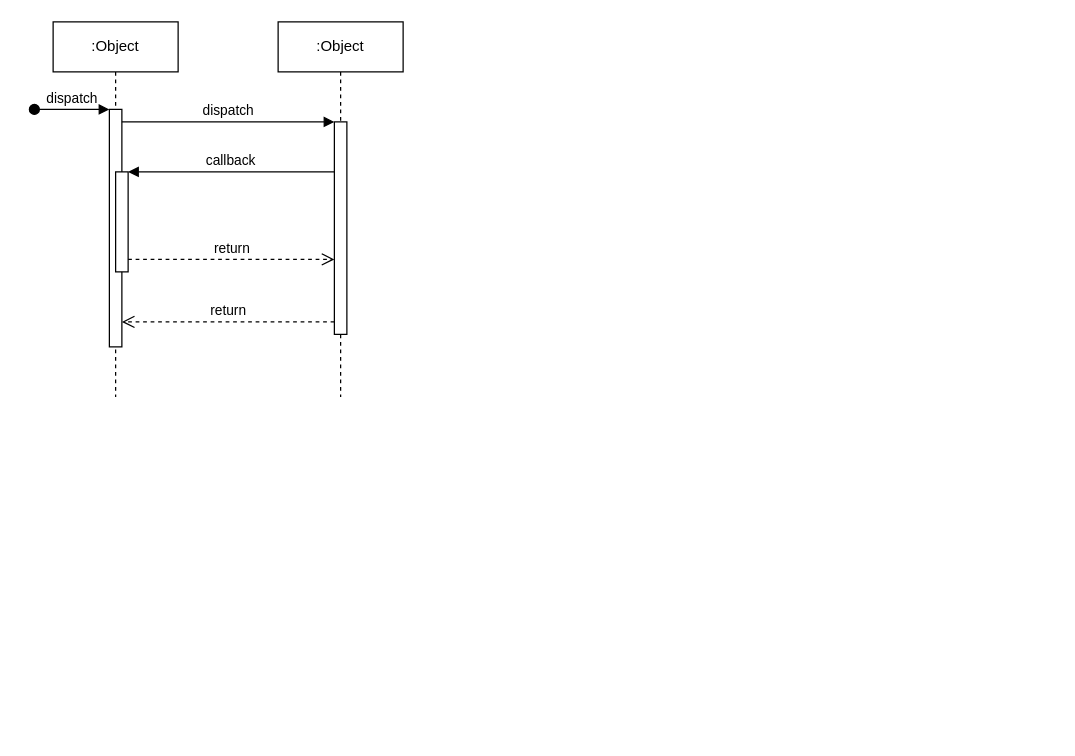
The draw.io diagram Untitled Diagram.drawio in Tsavizard/job-search, before the edit. Source tidied: cells renumbered, new cells numbered last; positions are measured from the earlier drawing's top-left corner, leaving out a move shared by most shapes. Both pictures are drawn from the tidied source at 125%, with x=0, y=0 at pixel (34, 21).
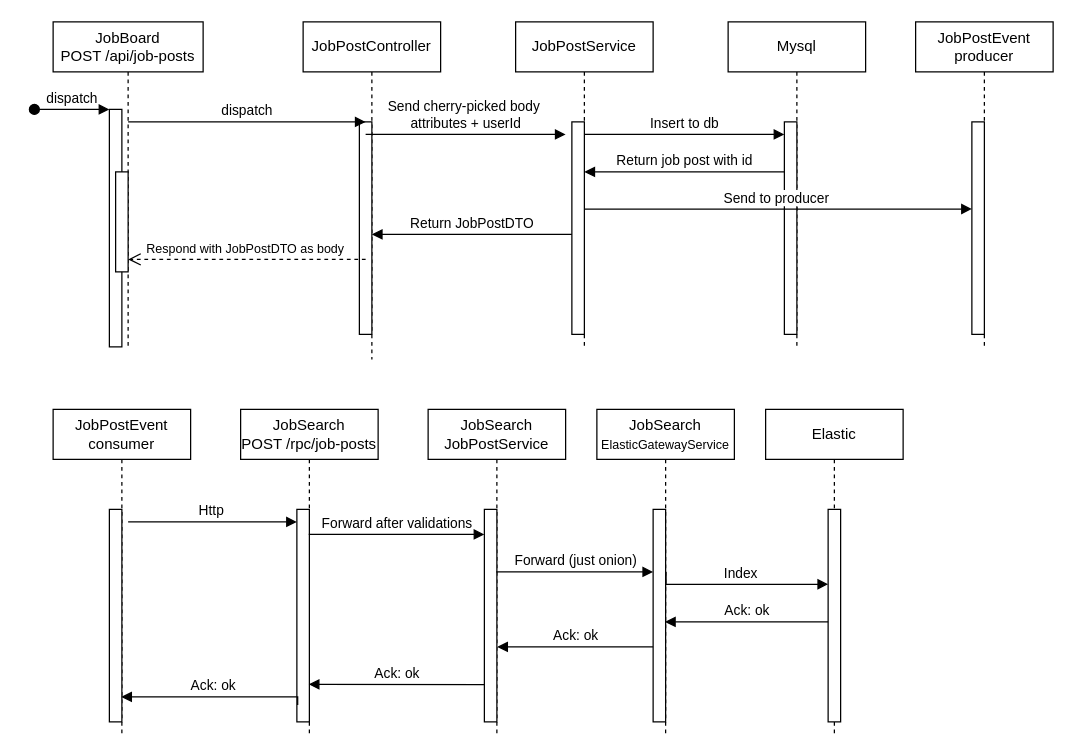
Above is the later version.

Commit message:
Job post creation drawio

Unchanged cells that the change refers to:
```xml
<mxCell id="3" style="html=1;points=[];perimeter=orthogonalPerimeter;outlineConnect=0;targetShapes=umlLifeline;portConstraint=eastwest;newEdgeStyle={&quot;edgeStyle&quot;:&quot;elbowEdgeStyle&quot;,&quot;elbow&quot;:&quot;vertical&quot;,&quot;curved&quot;:0,&quot;rounded&quot;:0};" parent="2" vertex="1">
  <mxGeometry x="45" y="70" width="10" height="190" as="geometry" />
</mxCell>
<mxCell id="5" style="html=1;points=[];perimeter=orthogonalPerimeter;outlineConnect=0;targetShapes=umlLifeline;portConstraint=eastwest;newEdgeStyle={&quot;edgeStyle&quot;:&quot;elbowEdgeStyle&quot;,&quot;elbow&quot;:&quot;vertical&quot;,&quot;curved&quot;:0,&quot;rounded&quot;:0};" parent="2" vertex="1">
  <mxGeometry x="50" y="120" width="10" height="80" as="geometry" />
</mxCell>
<mxCell id="7" style="html=1;points=[];perimeter=orthogonalPerimeter;outlineConnect=0;targetShapes=umlLifeline;portConstraint=eastwest;newEdgeStyle={&quot;edgeStyle&quot;:&quot;elbowEdgeStyle&quot;,&quot;elbow&quot;:&quot;vertical&quot;,&quot;curved&quot;:0,&quot;rounded&quot;:0};" parent="6" vertex="1">
  <mxGeometry x="45" y="80" width="10" height="170" as="geometry" />
</mxCell>
```

Diff of the diagram source:
```diff
@@
-    <mxCell id="2" value=":Object" style="shape=umlLifeline;perimeter=lifelinePerimeter;whiteSpace=wrap;html=1;newEdgeStyle={&quot;edgeStyle&quot;:&quot;elbowEdgeStyle&quot;,&quot;elbow&quot;:&quot;vertical&quot;,&quot;curved&quot;:0,&quot;rounded&quot;:0};" parent="1" vertex="1">
-      <mxGeometry x="15" width="100" height="300" as="geometry" />
+    <mxCell id="2" value="JobBoard&lt;div&gt;POST /api/job-posts&lt;/div&gt;" style="shape=umlLifeline;perimeter=lifelinePerimeter;whiteSpace=wrap;html=1;newEdgeStyle={&quot;edgeStyle&quot;:&quot;elbowEdgeStyle&quot;,&quot;elbow&quot;:&quot;vertical&quot;,&quot;curved&quot;:0,&quot;rounded&quot;:0};" parent="1" vertex="1">
+      <mxGeometry x="15" width="120" height="260" as="geometry" />
     </mxCell>
@@
-    <mxCell id="6" value=":Object" style="shape=umlLifeline;perimeter=lifelinePerimeter;whiteSpace=wrap;html=1;newEdgeStyle={&quot;edgeStyle&quot;:&quot;elbowEdgeStyle&quot;,&quot;elbow&quot;:&quot;vertical&quot;,&quot;curved&quot;:0,&quot;rounded&quot;:0};" parent="1" vertex="1">
-      <mxGeometry x="195" width="100" height="300" as="geometry" />
+    <mxCell id="6" value="JobPostController" style="shape=umlLifeline;perimeter=lifelinePerimeter;whiteSpace=wrap;html=1;newEdgeStyle={&quot;edgeStyle&quot;:&quot;elbowEdgeStyle&quot;,&quot;elbow&quot;:&quot;vertical&quot;,&quot;curved&quot;:0,&quot;rounded&quot;:0};" parent="1" vertex="1">
+      <mxGeometry x="215" width="110" height="270" as="geometry" />
     </mxCell>
@@
-    <mxCell id="8" value="dispatch" style="html=1;verticalAlign=bottom;endArrow=block;edgeStyle=elbowEdgeStyle;elbow=vertical;curved=0;rounded=0;" parent="1" edge="1" source="3" target="7">
+    <mxCell id="8" value="dispatch" style="html=1;verticalAlign=bottom;endArrow=block;edgeStyle=elbowEdgeStyle;elbow=vertical;curved=0;rounded=0;" parent="1" edge="1">
       <mxGeometry relative="1" as="geometry">
+        <mxPoint x="75" y="80" as="sourcePoint" />
+        <mxPoint x="265" y="80" as="targetPoint" />
         <Array as="points">
-          <mxPoint x="155" y="80" />
+          <mxPoint x="160" y="80" />
         </Array>
       </mxGeometry>
     </mxCell>
-    <mxCell id="9" value="return" style="html=1;verticalAlign=bottom;endArrow=open;dashed=1;endSize=8;edgeStyle=elbowEdgeStyle;elbow=vertical;curved=0;rounded=0;" parent="1" edge="1" source="7" target="3">
+    <mxCell id="9" value="&lt;font style=&quot;font-size: 10px;&quot;&gt;Respond with JobPostDTO as body&amp;nbsp;&lt;/font&gt;" style="html=1;verticalAlign=bottom;endArrow=open;dashed=1;endSize=8;edgeStyle=elbowEdgeStyle;elbow=vertical;curved=0;rounded=0;" parent="1" edge="1">
       <mxGeometry relative="1" as="geometry">
+        <mxPoint x="265" y="190" as="sourcePoint" />
+        <mxPoint x="75" y="190" as="targetPoint" />
         <Array as="points">
-          <mxPoint x="165" y="240" />
+          <mxPoint x="170" y="190" />
         </Array>
       </mxGeometry>
     </mxCell>
-    <mxCell id="10" value="callback" style="html=1;verticalAlign=bottom;endArrow=block;edgeStyle=elbowEdgeStyle;elbow=vertical;curved=0;rounded=0;" parent="1" edge="1" source="7" target="5">
-      <mxGeometry relative="1" as="geometry">
-        <Array as="points">
-          <mxPoint x="165" y="120" />
-        </Array>
-      </mxGeometry>
-    </mxCell>
-    <mxCell id="11" value="return" style="html=1;verticalAlign=bottom;endArrow=open;dashed=1;endSize=8;edgeStyle=elbowEdgeStyle;elbow=vertical;curved=0;rounded=0;" parent="1" edge="1" source="5" target="7">
-      <mxGeometry relative="1" as="geometry">
-        <Array as="points">
-          <mxPoint x="155" y="190" />
-        </Array>
-      </mxGeometry>
-    </mxCell>
+    <mxCell id="12" value="JobPostService" style="shape=umlLifeline;perimeter=lifelinePerimeter;whiteSpace=wrap;html=1;newEdgeStyle={&quot;edgeStyle&quot;:&quot;elbowEdgeStyle&quot;,&quot;elbow&quot;:&quot;vertical&quot;,&quot;curved&quot;:0,&quot;rounded&quot;:0};" parent="1" vertex="1">
+      <mxGeometry x="385" width="110" height="260" as="geometry" />
+    </mxCell>
+    <mxCell id="13" style="html=1;points=[];perimeter=orthogonalPerimeter;outlineConnect=0;targetShapes=umlLifeline;portConstraint=eastwest;newEdgeStyle={&quot;edgeStyle&quot;:&quot;elbowEdgeStyle&quot;,&quot;elbow&quot;:&quot;vertical&quot;,&quot;curved&quot;:0,&quot;rounded&quot;:0};" parent="12" vertex="1">
+      <mxGeometry x="45" y="80" width="10" height="170" as="geometry" />
+    </mxCell>
+    <mxCell id="14" value="Mysql" style="shape=umlLifeline;perimeter=lifelinePerimeter;whiteSpace=wrap;html=1;newEdgeStyle={&quot;edgeStyle&quot;:&quot;elbowEdgeStyle&quot;,&quot;elbow&quot;:&quot;vertical&quot;,&quot;curved&quot;:0,&quot;rounded&quot;:0};" parent="1" vertex="1">
+      <mxGeometry x="555" width="110" height="260" as="geometry" />
+    </mxCell>
+    <mxCell id="15" style="html=1;points=[];perimeter=orthogonalPerimeter;outlineConnect=0;targetShapes=umlLifeline;portConstraint=eastwest;newEdgeStyle={&quot;edgeStyle&quot;:&quot;elbowEdgeStyle&quot;,&quot;elbow&quot;:&quot;vertical&quot;,&quot;curved&quot;:0,&quot;rounded&quot;:0};" parent="14" vertex="1">
+      <mxGeometry x="45" y="80" width="10" height="170" as="geometry" />
+    </mxCell>
+    <mxCell id="16" value="JobPostEvent producer" style="shape=umlLifeline;perimeter=lifelinePerimeter;whiteSpace=wrap;html=1;newEdgeStyle={&quot;edgeStyle&quot;:&quot;elbowEdgeStyle&quot;,&quot;elbow&quot;:&quot;vertical&quot;,&quot;curved&quot;:0,&quot;rounded&quot;:0};" parent="1" vertex="1">
+      <mxGeometry x="705" width="110" height="260" as="geometry" />
+    </mxCell>
+    <mxCell id="17" style="html=1;points=[];perimeter=orthogonalPerimeter;outlineConnect=0;targetShapes=umlLifeline;portConstraint=eastwest;newEdgeStyle={&quot;edgeStyle&quot;:&quot;elbowEdgeStyle&quot;,&quot;elbow&quot;:&quot;vertical&quot;,&quot;curved&quot;:0,&quot;rounded&quot;:0};" parent="16" vertex="1">
+      <mxGeometry x="45" y="80" width="10" height="170" as="geometry" />
+    </mxCell>
+    <mxCell id="18" value="Send cherry-picked body&amp;nbsp;&lt;div&gt;attributes + userId&lt;/div&gt;" style="html=1;verticalAlign=bottom;endArrow=block;edgeStyle=elbowEdgeStyle;elbow=vertical;curved=0;rounded=0;" parent="1" edge="1">
+      <mxGeometry relative="1" as="geometry">
+        <mxPoint x="265" y="90" as="sourcePoint" />
+        <mxPoint x="425" y="90" as="targetPoint" />
+        <Array as="points">
+          <mxPoint x="350" y="90" />
+        </Array>
+      </mxGeometry>
+    </mxCell>
+    <mxCell id="19" value="Insert to db" style="html=1;verticalAlign=bottom;endArrow=block;edgeStyle=elbowEdgeStyle;elbow=vertical;curved=0;rounded=0;" parent="1" edge="1" source="13" target="15">
+      <mxGeometry relative="1" as="geometry">
+        <Array as="points">
+          <mxPoint x="530" y="90" />
+        </Array>
+      </mxGeometry>
+    </mxCell>
+    <mxCell id="20" value="Return job post with id" style="html=1;verticalAlign=bottom;endArrow=block;edgeStyle=elbowEdgeStyle;elbow=vertical;curved=0;rounded=0;" parent="1" edge="1" target="13">
+      <mxGeometry relative="1" as="geometry">
+        <mxPoint x="600" y="120" as="sourcePoint" />
+        <Array as="points">
+          <mxPoint x="505" y="120" />
+        </Array>
+      </mxGeometry>
+    </mxCell>
+    <mxCell id="21" value="Send to producer&amp;nbsp;" style="html=1;verticalAlign=bottom;endArrow=block;edgeStyle=elbowEdgeStyle;elbow=vertical;curved=0;rounded=0;" parent="1" edge="1" source="13" target="17">
+      <mxGeometry relative="1" as="geometry">
+        <Array as="points">
+          <mxPoint x="530" y="149.7" />
+        </Array>
+      </mxGeometry>
+    </mxCell>
+    <mxCell id="22" value="Return JobPostDTO" style="html=1;verticalAlign=bottom;endArrow=block;edgeStyle=elbowEdgeStyle;elbow=vertical;curved=0;rounded=0;" parent="1" edge="1" source="13" target="7">
+      <mxGeometry relative="1" as="geometry">
+        <Array as="points">
+          <mxPoint x="340" y="170" />
+        </Array>
+      </mxGeometry>
+    </mxCell>
+    <mxCell id="23" value="JobPostEvent consumer" style="shape=umlLifeline;perimeter=lifelinePerimeter;whiteSpace=wrap;html=1;outlineConnect=0;portConstraint=eastwest;newEdgeStyle={&quot;edgeStyle&quot;:&quot;elbowEdgeStyle&quot;,&quot;elbow&quot;:&quot;vertical&quot;,&quot;curved&quot;:0,&quot;rounded&quot;:0};" parent="1" vertex="1">
+      <mxGeometry x="15" y="310" width="110" height="260" as="geometry" />
+    </mxCell>
+    <mxCell id="24" style="html=1;perimeter=orthogonalPerimeter;targetShapes=umlLifeline;newEdgeStyle={&quot;edgeStyle&quot;:&quot;elbowEdgeStyle&quot;,&quot;elbow&quot;:&quot;vertical&quot;,&quot;curved&quot;:0,&quot;rounded&quot;:0};" parent="23" vertex="1">
+      <mxGeometry x="45" y="80" width="10" height="170" as="geometry" />
+    </mxCell>
+    <mxCell id="25" value="JobSearch&lt;div&gt;POST /rpc/job-posts&lt;/div&gt;" style="shape=umlLifeline;perimeter=lifelinePerimeter;whiteSpace=wrap;html=1;outlineConnect=0;portConstraint=eastwest;newEdgeStyle={&quot;edgeStyle&quot;:&quot;elbowEdgeStyle&quot;,&quot;elbow&quot;:&quot;vertical&quot;,&quot;curved&quot;:0,&quot;rounded&quot;:0};" parent="1" vertex="1">
+      <mxGeometry x="165" y="310" width="110" height="260" as="geometry" />
+    </mxCell>
+    <mxCell id="26" style="html=1;points=[];perimeter=orthogonalPerimeter;outlineConnect=0;targetShapes=umlLifeline;portConstraint=eastwest;newEdgeStyle={&quot;edgeStyle&quot;:&quot;elbowEdgeStyle&quot;,&quot;elbow&quot;:&quot;vertical&quot;,&quot;curved&quot;:0,&quot;rounded&quot;:0};" parent="25" vertex="1">
+      <mxGeometry x="45" y="80" width="10" height="170" as="geometry" />
+    </mxCell>
+    <mxCell id="27" value="Http&amp;nbsp;" style="html=1;verticalAlign=bottom;endArrow=block;edgeStyle=elbowEdgeStyle;elbow=vertical;curved=0;rounded=0;" parent="1" edge="1" target="26">
+      <mxGeometry relative="1" as="geometry">
+        <mxPoint x="75" y="400" as="sourcePoint" />
+        <Array as="points">
+          <mxPoint x="160" y="400" />
+        </Array>
+      </mxGeometry>
+    </mxCell>
+    <mxCell id="28" value="JobSearch&lt;div&gt;JobPostService&lt;/div&gt;" style="shape=umlLifeline;perimeter=lifelinePerimeter;whiteSpace=wrap;html=1;outlineConnect=0;portConstraint=eastwest;newEdgeStyle={&quot;edgeStyle&quot;:&quot;elbowEdgeStyle&quot;,&quot;elbow&quot;:&quot;vertical&quot;,&quot;curved&quot;:0,&quot;rounded&quot;:0};" parent="1" vertex="1">
+      <mxGeometry x="315" y="310" width="110" height="260" as="geometry" />
+    </mxCell>
+    <mxCell id="29" style="html=1;points=[];perimeter=orthogonalPerimeter;outlineConnect=0;targetShapes=umlLifeline;portConstraint=eastwest;newEdgeStyle={&quot;edgeStyle&quot;:&quot;elbowEdgeStyle&quot;,&quot;elbow&quot;:&quot;vertical&quot;,&quot;curved&quot;:0,&quot;rounded&quot;:0};" parent="28" vertex="1">
+      <mxGeometry x="45" y="80" width="10" height="170" as="geometry" />
+    </mxCell>
+    <mxCell id="30" value="JobSearch&lt;div&gt;&lt;font style=&quot;font-size: 10px;&quot;&gt;ElasticGatewayService&lt;/font&gt;&lt;/div&gt;" style="shape=umlLifeline;perimeter=lifelinePerimeter;whiteSpace=wrap;html=1;outlineConnect=0;portConstraint=eastwest;newEdgeStyle={&quot;edgeStyle&quot;:&quot;elbowEdgeStyle&quot;,&quot;elbow&quot;:&quot;vertical&quot;,&quot;curved&quot;:0,&quot;rounded&quot;:0};" parent="1" vertex="1">
+      <mxGeometry x="450" y="310" width="110" height="260" as="geometry" />
+    </mxCell>
+    <mxCell id="31" style="html=1;points=[];perimeter=orthogonalPerimeter;outlineConnect=0;targetShapes=umlLifeline;portConstraint=eastwest;newEdgeStyle={&quot;edgeStyle&quot;:&quot;elbowEdgeStyle&quot;,&quot;elbow&quot;:&quot;vertical&quot;,&quot;curved&quot;:0,&quot;rounded&quot;:0};" parent="30" vertex="1">
+      <mxGeometry x="45" y="80" width="10" height="170" as="geometry" />
+    </mxCell>
+    <mxCell id="32" value="Forward after validations" style="html=1;verticalAlign=bottom;endArrow=block;edgeStyle=elbowEdgeStyle;elbow=vertical;curved=0;rounded=0;" parent="1" edge="1" source="25" target="29">
+      <mxGeometry relative="1" as="geometry">
+        <Array as="points">
+          <mxPoint x="310" y="410" />
+        </Array>
+      </mxGeometry>
+    </mxCell>
+    <mxCell id="33" value="Forward (just onion)" style="html=1;verticalAlign=bottom;endArrow=block;edgeStyle=elbowEdgeStyle;elbow=vertical;curved=0;rounded=0;" parent="1" edge="1" source="28">
+      <mxGeometry relative="1" as="geometry">
+        <mxPoint x="495" y="440" as="targetPoint" />
+        <Array as="points">
+          <mxPoint x="365" y="440" />
+        </Array>
+      </mxGeometry>
+    </mxCell>
+    <mxCell id="34" value="Elastic" style="shape=umlLifeline;perimeter=lifelinePerimeter;whiteSpace=wrap;html=1;newEdgeStyle={&quot;edgeStyle&quot;:&quot;elbowEdgeStyle&quot;,&quot;elbow&quot;:&quot;vertical&quot;,&quot;curved&quot;:0,&quot;rounded&quot;:0};" parent="1" vertex="1">
+      <mxGeometry x="585" y="310" width="110" height="260" as="geometry" />
+    </mxCell>
+    <mxCell id="35" style="html=1;perimeter=orthogonalPerimeter;targetShapes=umlLifeline;newEdgeStyle={&quot;edgeStyle&quot;:&quot;elbowEdgeStyle&quot;,&quot;elbow&quot;:&quot;vertical&quot;,&quot;curved&quot;:0,&quot;rounded&quot;:0};" parent="34" vertex="1">
+      <mxGeometry x="50" y="80" width="10" height="170" as="geometry" />
+    </mxCell>
+    <mxCell id="36" value="Index" style="html=1;verticalAlign=bottom;endArrow=block;edgeStyle=elbowEdgeStyle;elbow=vertical;curved=0;rounded=0;" parent="1" edge="1">
+      <mxGeometry relative="1" as="geometry">
+        <mxPoint x="505.3" y="439.9" as="sourcePoint" />
+        <mxPoint x="635" y="450" as="targetPoint" />
+        <Array as="points">
+          <mxPoint x="510" y="449.9" />
+        </Array>
+      </mxGeometry>
+    </mxCell>
+    <mxCell id="37" value="Ack: ok" style="html=1;verticalAlign=bottom;endArrow=block;edgeStyle=elbowEdgeStyle;elbow=vertical;curved=0;rounded=0;" parent="1" edge="1" target="30">
+      <mxGeometry relative="1" as="geometry">
+        <mxPoint x="635" y="480" as="sourcePoint" />
+        <Array as="points">
+          <mxPoint x="545" y="480" />
+        </Array>
+      </mxGeometry>
+    </mxCell>
+    <mxCell id="38" value="Ack: ok" style="html=1;verticalAlign=bottom;endArrow=block;edgeStyle=elbowEdgeStyle;elbow=vertical;curved=0;rounded=0;" parent="1" edge="1" source="31">
+      <mxGeometry relative="1" as="geometry">
+        <mxPoint x="370.3" y="500" as="targetPoint" />
+        <Array as="points">
+          <mxPoint x="404.7" y="500" />
+        </Array>
+      </mxGeometry>
+    </mxCell>
+    <mxCell id="39" value="Ack: ok" style="html=1;verticalAlign=bottom;endArrow=block;edgeStyle=elbowEdgeStyle;elbow=vertical;curved=0;rounded=0;" parent="1" edge="1" target="25">
+      <mxGeometry relative="1" as="geometry">
+        <mxPoint x="359.7" y="530.1" as="sourcePoint" />
+      </mxGeometry>
+    </mxCell>
+    <mxCell id="40" value="Ack: ok" style="html=1;verticalAlign=bottom;endArrow=block;edgeStyle=elbowEdgeStyle;elbow=vertical;curved=0;rounded=0;exitX=0.065;exitY=0.921;exitDx=0;exitDy=0;exitPerimeter=0;" parent="1" edge="1" source="26" target="23">
+      <mxGeometry relative="1" as="geometry">
+        <Array as="points">
+          <mxPoint x="109.4" y="540" />
+        </Array>
+      </mxGeometry>
+    </mxCell>
```
